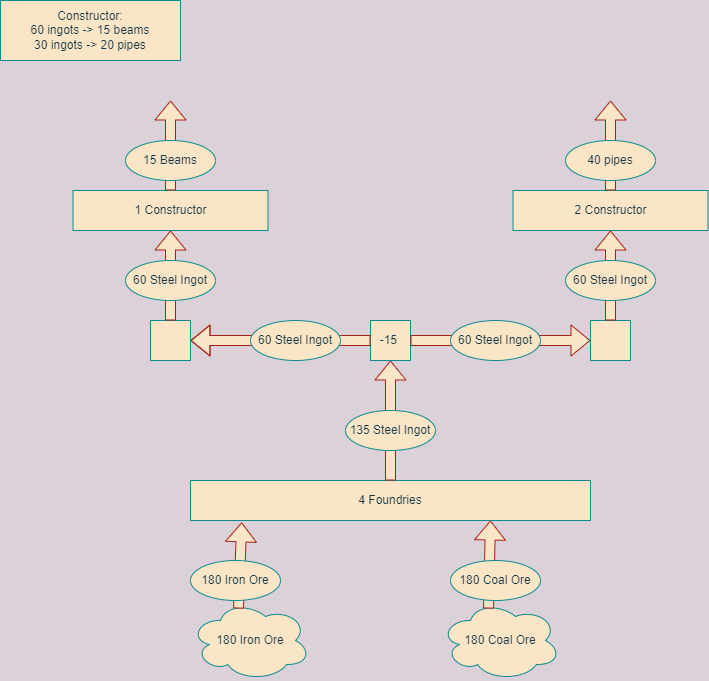
Above: steel.drawio.png in nlarsen31/Factories (draw.io), before the change. Source tidied: cells renumbered, new cells last; positions are measured from the earlier drawing's top-left corner, leaving out a move shared by most shapes.
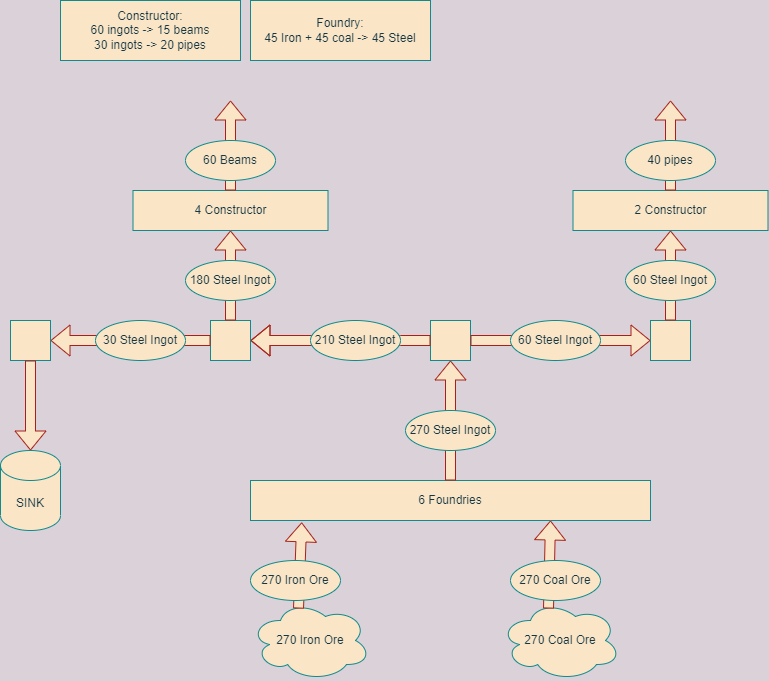
Above is the later version.

Change to the diagram source:
```diff
@@ -2,13 +2,13 @@
   <root>
     <mxCell id="0" />
     <mxCell id="1" parent="0" />
-    <mxCell id="2" value="180 Iron Ore" style="ellipse;shape=cloud;whiteSpace=wrap;html=1;fontColor=#143642;strokeColor=#0F8B8D;fillColor=#FAE5C7;" parent="1" vertex="1">
+    <mxCell id="2" value="270 Iron Ore" style="ellipse;shape=cloud;whiteSpace=wrap;html=1;fontColor=#143642;strokeColor=#0F8B8D;fillColor=#FAE5C7;" parent="1" vertex="1">
       <mxGeometry x="190" y="600" width="120" height="80" as="geometry" />
     </mxCell>
-    <mxCell id="3" value="180 Coal Ore" style="ellipse;shape=cloud;whiteSpace=wrap;html=1;fontColor=#143642;strokeColor=#0F8B8D;fillColor=#FAE5C7;" parent="1" vertex="1">
+    <mxCell id="3" value="270 Coal Ore" style="ellipse;shape=cloud;whiteSpace=wrap;html=1;fontColor=#143642;strokeColor=#0F8B8D;fillColor=#FAE5C7;" parent="1" vertex="1">
       <mxGeometry x="440" y="600" width="120" height="80" as="geometry" />
     </mxCell>
-    <mxCell id="4" value="4 Foundries" style="rounded=0;whiteSpace=wrap;html=1;fontColor=#143642;strokeColor=#0F8B8D;fillColor=#FAE5C7;" parent="1" vertex="1">
+    <mxCell id="4" value="6 Foundries" style="rounded=0;whiteSpace=wrap;html=1;fontColor=#143642;strokeColor=#0F8B8D;fillColor=#FAE5C7;" parent="1" vertex="1">
       <mxGeometry x="190" y="480" width="400" height="40" as="geometry" />
     </mxCell>
     <mxCell id="5" style="shape=flexArrow;endArrow=classic;html=1;rounded=0;fontColor=#143642;strokeColor=#A8201A;fillColor=#FAE5C7;exitX=0.4;exitY=0.1;exitDx=0;exitDy=0;exitPerimeter=0;entryX=0.128;entryY=1.046;entryDx=0;entryDy=0;entryPerimeter=0;" parent="1" edge="1" source="2" target="4">
@@ -17,10 +17,10 @@
     <mxCell id="6" style="shape=flexArrow;endArrow=classic;html=1;rounded=0;fontColor=#143642;strokeColor=#A8201A;fillColor=#FAE5C7;exitX=0.4;exitY=0.1;exitDx=0;exitDy=0;exitPerimeter=0;entryX=0.75;entryY=1;entryDx=0;entryDy=0;" parent="1" edge="1" source="3" target="4">
       <mxGeometry relative="1" as="geometry" />
     </mxCell>
-    <mxCell id="7" value="180 Iron Ore" style="ellipse;whiteSpace=wrap;html=1;fillColor=#FAE5C7;strokeColor=#0F8B8D;fontColor=#143642;" parent="1" vertex="1">
+    <mxCell id="7" value="270 Iron Ore" style="ellipse;whiteSpace=wrap;html=1;fillColor=#FAE5C7;strokeColor=#0F8B8D;fontColor=#143642;" parent="1" vertex="1">
       <mxGeometry x="190" y="560" width="90" height="40" as="geometry" />
     </mxCell>
-    <mxCell id="8" value="180 Coal Ore" style="ellipse;whiteSpace=wrap;html=1;fillColor=#FAE5C7;strokeColor=#0F8B8D;fontColor=#143642;" parent="1" vertex="1">
+    <mxCell id="8" value="270 Coal Ore" style="ellipse;whiteSpace=wrap;html=1;fillColor=#FAE5C7;strokeColor=#0F8B8D;fontColor=#143642;" parent="1" vertex="1">
       <mxGeometry x="450" y="560" width="90" height="40" as="geometry" />
     </mxCell>
     <mxCell id="9" style="shape=flexArrow;endArrow=classic;html=1;rounded=0;fontColor=#143642;strokeColor=#A8201A;fillColor=#FAE5C7;exitX=0.5;exitY=0;exitDx=0;exitDy=0;" parent="1" edge="1" source="4">
@@ -28,13 +28,13 @@
         <mxPoint x="390" y="360" as="targetPoint" />
       </mxGeometry>
     </mxCell>
-    <mxCell id="10" value="135 Steel Ingot" style="ellipse;whiteSpace=wrap;html=1;fillColor=#FAE5C7;strokeColor=#0F8B8D;fontColor=#143642;" parent="1" vertex="1">
+    <mxCell id="10" value="270 Steel Ingot" style="ellipse;whiteSpace=wrap;html=1;fillColor=#FAE5C7;strokeColor=#0F8B8D;fontColor=#143642;" parent="1" vertex="1">
       <mxGeometry x="345" y="410" width="90" height="40" as="geometry" />
     </mxCell>
     <mxCell id="11" value="Constructor:&lt;br&gt;60 ingots -&amp;gt; 15 beams&lt;br&gt;30 ingots -&amp;gt; 20 pipes" style="rounded=0;whiteSpace=wrap;html=1;fontColor=#143642;strokeColor=#0F8B8D;fillColor=#FAE5C7;" parent="1" vertex="1">
       <mxGeometry width="180" height="60" as="geometry" />
     </mxCell>
-    <mxCell id="12" value="-15&amp;nbsp;" style="whiteSpace=wrap;html=1;fontColor=#143642;strokeColor=#0F8B8D;fillColor=#FAE5C7;" parent="1" vertex="1">
+    <mxCell id="12" style="whiteSpace=wrap;html=1;fontColor=#143642;strokeColor=#0F8B8D;fillColor=#FAE5C7;" parent="1" vertex="1">
       <mxGeometry x="370" y="320" width="40" height="40" as="geometry" />
     </mxCell>
     <mxCell id="13" style="shape=flexArrow;endArrow=classic;html=1;rounded=0;fontColor=#143642;strokeColor=#A8201A;fillColor=#FAE5C7;" parent="1" edge="1" source="12">
@@ -56,27 +56,24 @@
     <mxCell id="16" style="whiteSpace=wrap;html=1;fontColor=#143642;strokeColor=#0F8B8D;fillColor=#FAE5C7;" parent="1" vertex="1">
       <mxGeometry x="590" y="320" width="40" height="40" as="geometry" />
     </mxCell>
-    <mxCell id="17" value="60 Steel Ingot" style="ellipse;whiteSpace=wrap;html=1;fillColor=#FAE5C7;strokeColor=#0F8B8D;fontColor=#143642;" parent="1" vertex="1">
+    <mxCell id="17" value="210 Steel Ingot" style="ellipse;whiteSpace=wrap;html=1;fillColor=#FAE5C7;strokeColor=#0F8B8D;fontColor=#143642;" parent="1" vertex="1">
       <mxGeometry x="250" y="320" width="90" height="40" as="geometry" />
     </mxCell>
     <mxCell id="18" value="60 Steel Ingot" style="ellipse;whiteSpace=wrap;html=1;fillColor=#FAE5C7;strokeColor=#0F8B8D;fontColor=#143642;" parent="1" vertex="1">
       <mxGeometry x="450" y="320" width="90" height="40" as="geometry" />
     </mxCell>
-    <mxCell id="19" value="1 Constructor" style="rounded=0;whiteSpace=wrap;html=1;fontColor=#143642;strokeColor=#0F8B8D;fillColor=#FAE5C7;" parent="1" vertex="1">
+    <mxCell id="19" value="4 Constructor" style="rounded=0;whiteSpace=wrap;html=1;fontColor=#143642;strokeColor=#0F8B8D;fillColor=#FAE5C7;" parent="1" vertex="1">
       <mxGeometry x="72.5" y="190" width="195" height="40" as="geometry" />
     </mxCell>
     <mxCell id="20" style="shape=flexArrow;endArrow=classic;html=1;rounded=0;fontColor=#143642;strokeColor=#A8201A;fillColor=#FAE5C7;exitX=0.5;exitY=0;exitDx=0;exitDy=0;entryX=0.5;entryY=1;entryDx=0;entryDy=0;" parent="1" edge="1" source="14" target="19">
       <mxGeometry relative="1" as="geometry" />
     </mxCell>
-    <mxCell id="21" value="60 Steel Ingot" style="ellipse;whiteSpace=wrap;html=1;fillColor=#FAE5C7;strokeColor=#0F8B8D;fontColor=#143642;" parent="1" vertex="1">
-      <mxGeometry x="125" y="260" width="90" height="40" as="geometry" />
-    </mxCell>
     <mxCell id="22" style="shape=flexArrow;endArrow=classic;html=1;rounded=0;fontColor=#143642;strokeColor=#A8201A;fillColor=#FAE5C7;exitX=0.5;exitY=0;exitDx=0;exitDy=0;" parent="1" edge="1" source="19">
       <mxGeometry relative="1" as="geometry">
         <mxPoint x="170" y="100" as="targetPoint" />
       </mxGeometry>
     </mxCell>
-    <mxCell id="23" value="15 Beams" style="ellipse;whiteSpace=wrap;html=1;fillColor=#FAE5C7;strokeColor=#0F8B8D;fontColor=#143642;" parent="1" vertex="1">
+    <mxCell id="23" value="60 Beams" style="ellipse;whiteSpace=wrap;html=1;fillColor=#FAE5C7;strokeColor=#0F8B8D;fontColor=#143642;" parent="1" vertex="1">
       <mxGeometry x="125" y="140" width="90" height="40" as="geometry" />
     </mxCell>
     <mxCell id="24" style="shape=flexArrow;endArrow=classic;html=1;rounded=0;fontColor=#143642;strokeColor=#A8201A;fillColor=#FAE5C7;exitX=0.5;exitY=0;exitDx=0;exitDy=0;entryX=0.5;entryY=1;entryDx=0;entryDy=0;" parent="1" edge="1">
@@ -100,5 +97,30 @@
     <mxCell id="28" value="40 pipes" style="ellipse;whiteSpace=wrap;html=1;fillColor=#FAE5C7;strokeColor=#0F8B8D;fontColor=#143642;" parent="1" vertex="1">
       <mxGeometry x="565" y="140" width="90" height="40" as="geometry" />
     </mxCell>
+    <mxCell id="29" value="Foundry:&lt;br&gt;45 Iron + 45 coal -&amp;gt; 45 Steel" style="rounded=0;whiteSpace=wrap;html=1;fontColor=#143642;strokeColor=#0F8B8D;fillColor=#FAE5C7;" parent="1" vertex="1">
+      <mxGeometry x="190" width="180" height="60" as="geometry" />
+    </mxCell>
+    <mxCell id="30" value="180 Steel Ingot" style="ellipse;whiteSpace=wrap;html=1;fillColor=#FAE5C7;strokeColor=#0F8B8D;fontColor=#143642;" parent="1" vertex="1">
+      <mxGeometry x="125" y="260" width="90" height="40" as="geometry" />
+    </mxCell>
+    <mxCell id="31" style="shape=flexArrow;endArrow=classic;html=1;rounded=0;fontColor=#143642;strokeColor=#A8201A;fillColor=#FAE5C7;exitX=0;exitY=0.5;exitDx=0;exitDy=0;" parent="1" edge="1" source="14">
+      <mxGeometry relative="1" as="geometry">
+        <mxPoint x="-10" y="340" as="targetPoint" />
+      </mxGeometry>
+    </mxCell>
+    <mxCell id="32" value="30 Steel Ingot" style="ellipse;whiteSpace=wrap;html=1;fillColor=#FAE5C7;strokeColor=#0F8B8D;fontColor=#143642;" parent="1" vertex="1">
+      <mxGeometry x="35" y="320" width="90" height="40" as="geometry" />
+    </mxCell>
+    <mxCell id="33" style="whiteSpace=wrap;html=1;fontColor=#143642;strokeColor=#0F8B8D;fillColor=#FAE5C7;" parent="1" vertex="1">
+      <mxGeometry x="-50" y="320" width="40" height="40" as="geometry" />
+    </mxCell>
+    <mxCell id="34" style="shape=flexArrow;endArrow=classic;html=1;rounded=0;fontColor=#143642;strokeColor=#A8201A;fillColor=#FAE5C7;exitX=0.5;exitY=1;exitDx=0;exitDy=0;" parent="1" edge="1" source="33">
+      <mxGeometry relative="1" as="geometry">
+        <mxPoint x="-30" y="450" as="targetPoint" />
+      </mxGeometry>
+    </mxCell>
+    <mxCell id="35" value="SINK" style="shape=cylinder3;whiteSpace=wrap;html=1;boundedLbl=1;backgroundOutline=1;size=15;fontColor=#143642;strokeColor=#0F8B8D;fillColor=#FAE5C7;" parent="1" vertex="1">
+      <mxGeometry x="-60" y="450" width="60" height="80" as="geometry" />
+    </mxCell>
   </root>
 </mxGraphModel>
```
